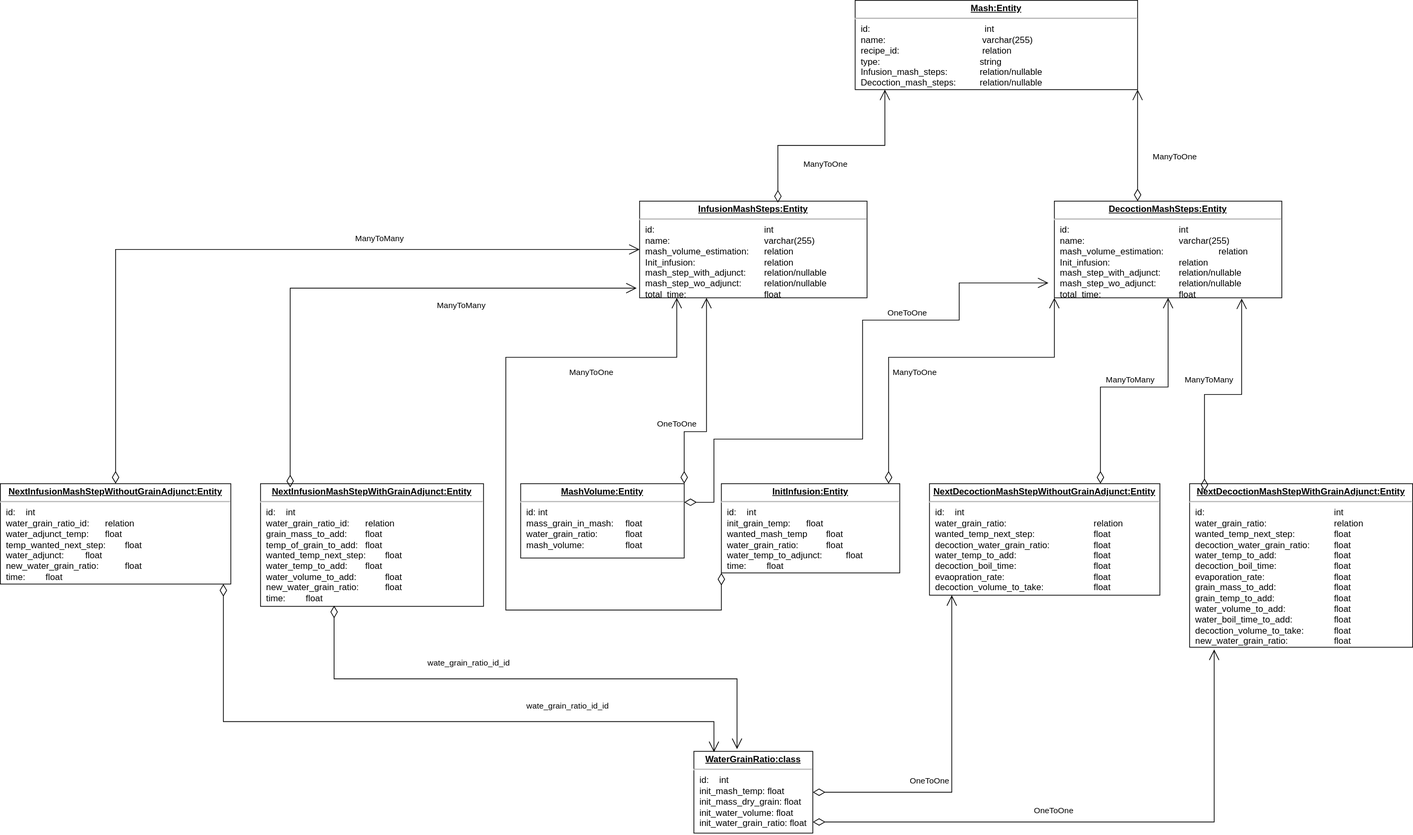
Before: src/Sql/viariantsMashEntity.svg, a diagram exported from draw.io (Arciesis/BeerOCraftWeb). Source tidied: cells renumbered, new cells last; positions are measured from the earlier drawing's top-left corner, leaving out a move shared by most shapes.
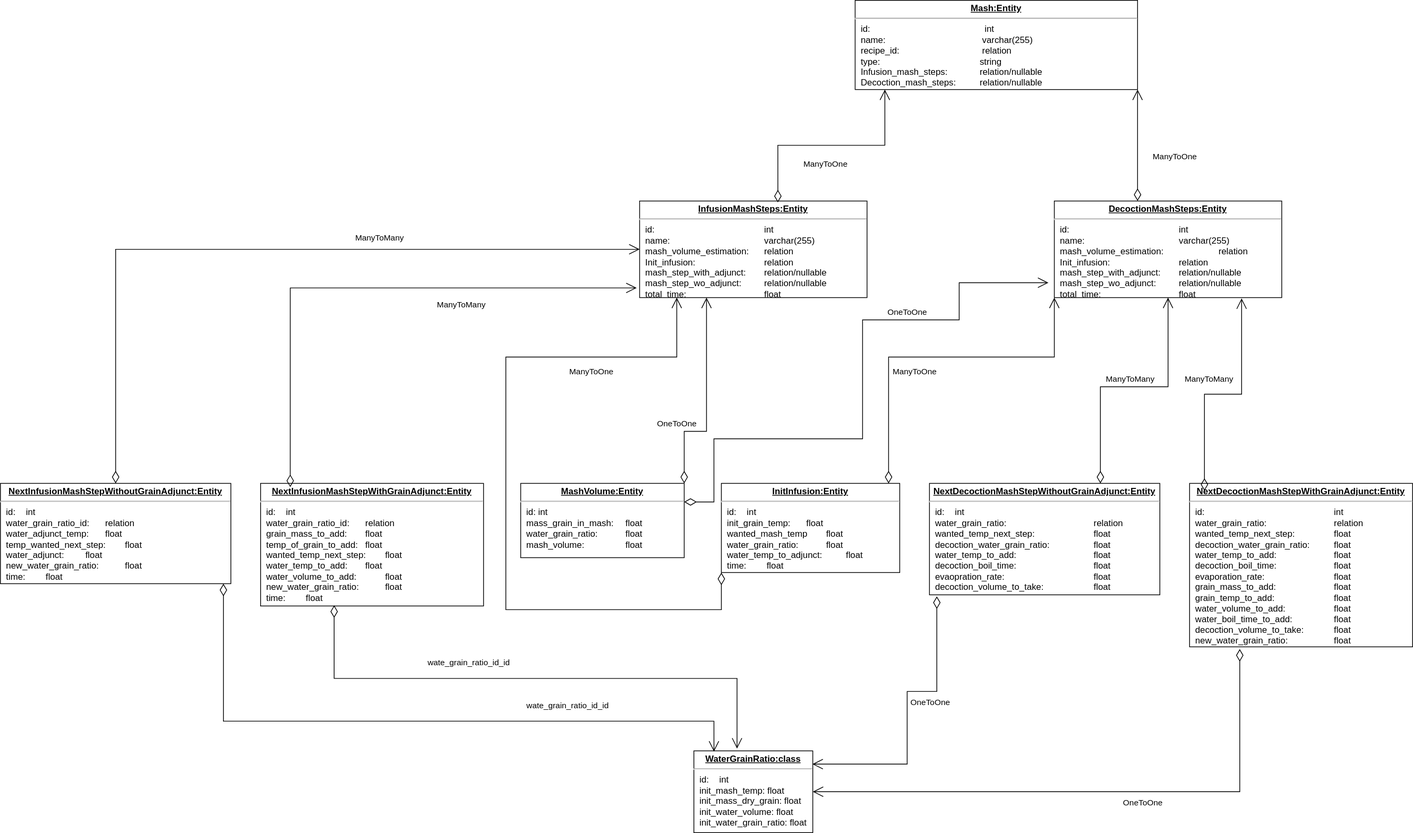
Later version of the same file.

Change to the diagram source:
```diff
@@ -128,17 +128,19 @@
         </Array>
       </mxGeometry>
     </mxCell>
-    <mxCell id="24" value="OneToOne" style="endArrow=open;html=1;endSize=12;startArrow=diamondThin;startSize=14;startFill=0;edgeStyle=orthogonalEdgeStyle;rounded=0;" parent="1" edge="1" source="8" target="17">
+    <mxCell id="24" value="OneToOne" style="endArrow=open;html=1;endSize=12;startArrow=diamondThin;startSize=14;startFill=0;edgeStyle=orthogonalEdgeStyle;rounded=0;entryX=0.997;entryY=0.162;entryDx=0;entryDy=0;entryPerimeter=0;exitX=0.032;exitY=1.013;exitDx=0;exitDy=0;exitPerimeter=0;" parent="1" edge="1" source="17" target="8">
       <mxGeometry x="-0.31" y="15" relative="1" as="geometry">
         <Array as="points">
-          <mxPoint x="1280" y="1065" />
+          <mxPoint x="1260" y="930" />
+          <mxPoint x="1220" y="930" />
+          <mxPoint x="1220" y="1028" />
         </Array>
       </mxGeometry>
     </mxCell>
-    <mxCell id="25" value="OneToOne" style="endArrow=open;html=1;endSize=12;startArrow=diamondThin;startSize=14;startFill=0;edgeStyle=orthogonalEdgeStyle;rounded=0;entryX=0.11;entryY=1.014;entryDx=0;entryDy=0;entryPerimeter=0;" parent="1" edge="1" source="8" target="18">
+    <mxCell id="25" value="OneToOne" style="endArrow=open;html=1;endSize=12;startArrow=diamondThin;startSize=14;startFill=0;edgeStyle=orthogonalEdgeStyle;rounded=0;entryX=1;entryY=0.5;entryDx=0;entryDy=0;exitX=0.225;exitY=1.013;exitDx=0;exitDy=0;exitPerimeter=0;" parent="1" edge="1" source="18" target="8">
       <mxGeometry x="-0.16" y="15" relative="1" as="geometry">
         <Array as="points">
-          <mxPoint x="1633" y="1105" />
+          <mxPoint x="1668" y="1065" />
         </Array>
       </mxGeometry>
     </mxCell>
```
